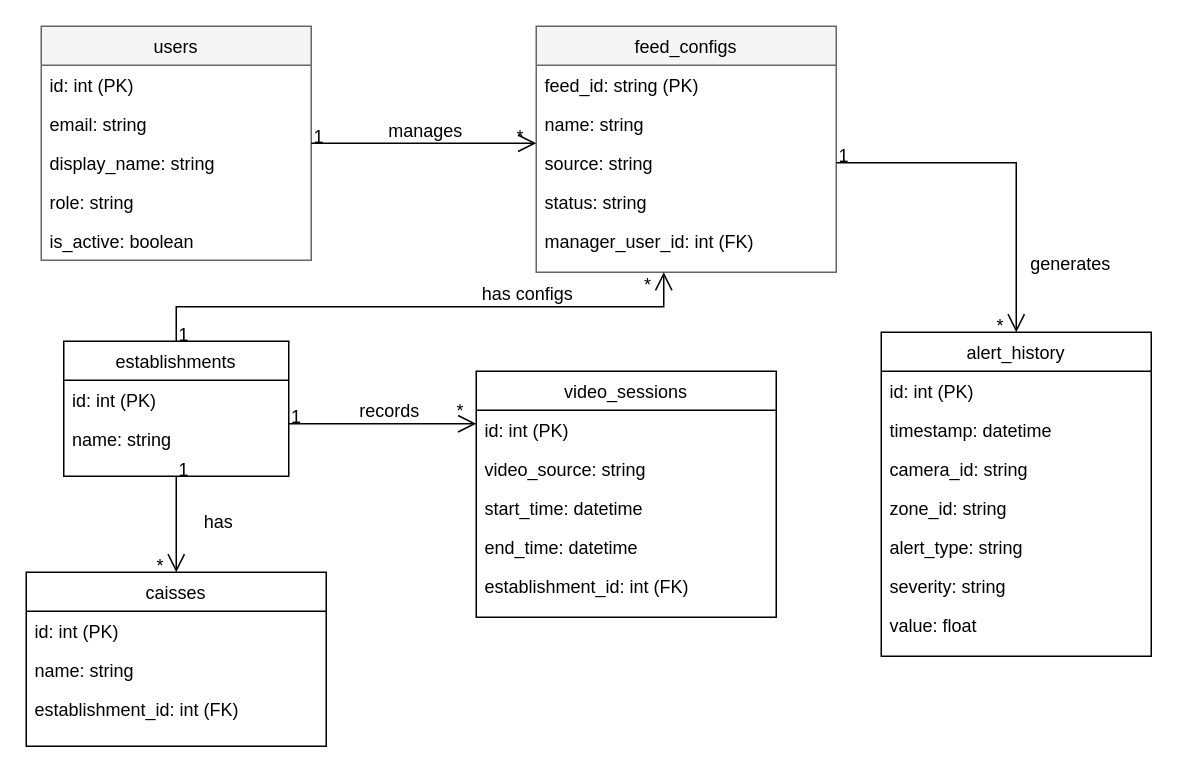
Earlier version of the draw.io diagram report-latex/figures/drawio/optional_class_diagram.drawio (Salmen-BA21/Queue-Wait-Time-Estimation). Source tidied: cells renumbered, new cells numbered last; positions are measured from the earlier drawing's top-left corner, leaving out a move shared by most shapes. Both pictures are drawn from the tidied source at 150%, with x=0, y=0 at pixel (26, 26).
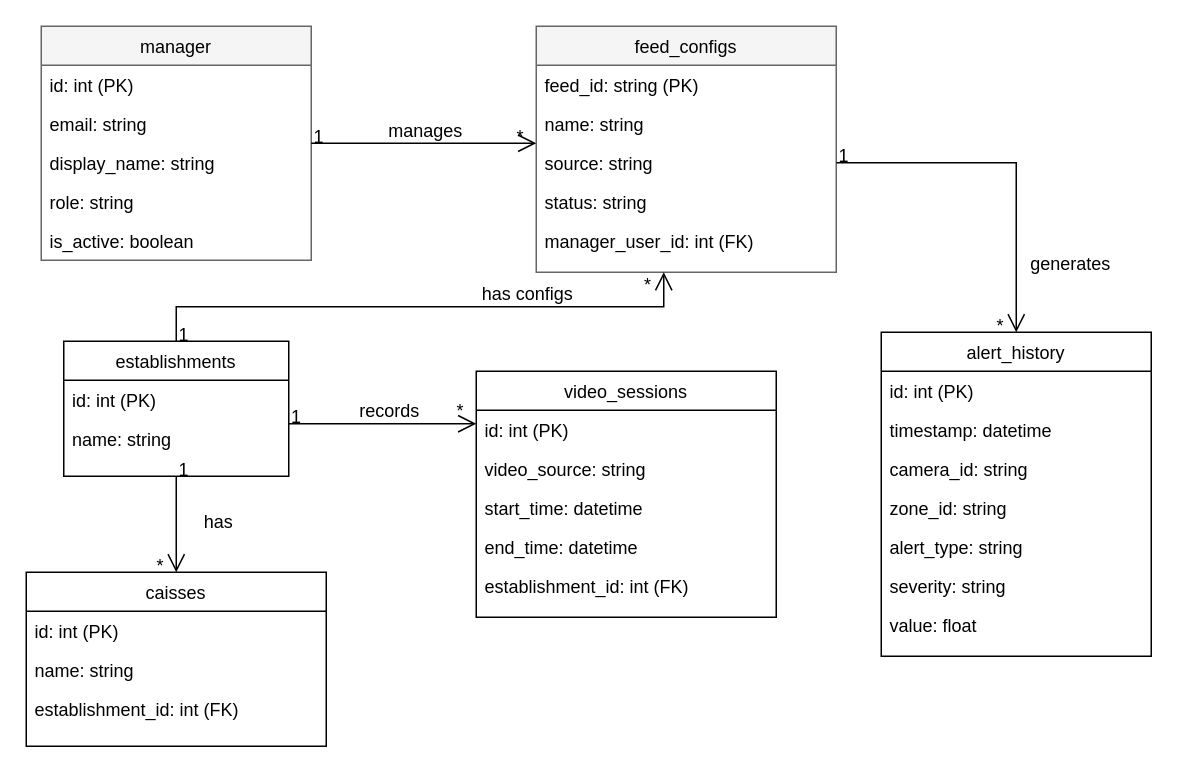
The same page after the edit.

Change to the diagram source:
```diff
@@
-    <mxCell id="2" value="users" style="swimlane;fontStyle=0;align=center;verticalAlign=top;horizontal=1;startSize=26;rounded=0;shadow=0;strokeWidth=1;fillColor=#f5f5f5;strokeColor=#666666;" parent="1" vertex="1">
+    <mxCell id="2" value="manager" style="swimlane;fontStyle=0;align=center;verticalAlign=top;horizontal=1;startSize=26;rounded=0;shadow=0;strokeWidth=1;fillColor=#f5f5f5;strokeColor=#666666;" parent="1" vertex="1">
       <mxGeometry x="10" width="180" height="156" as="geometry" />
     </mxCell>
```
